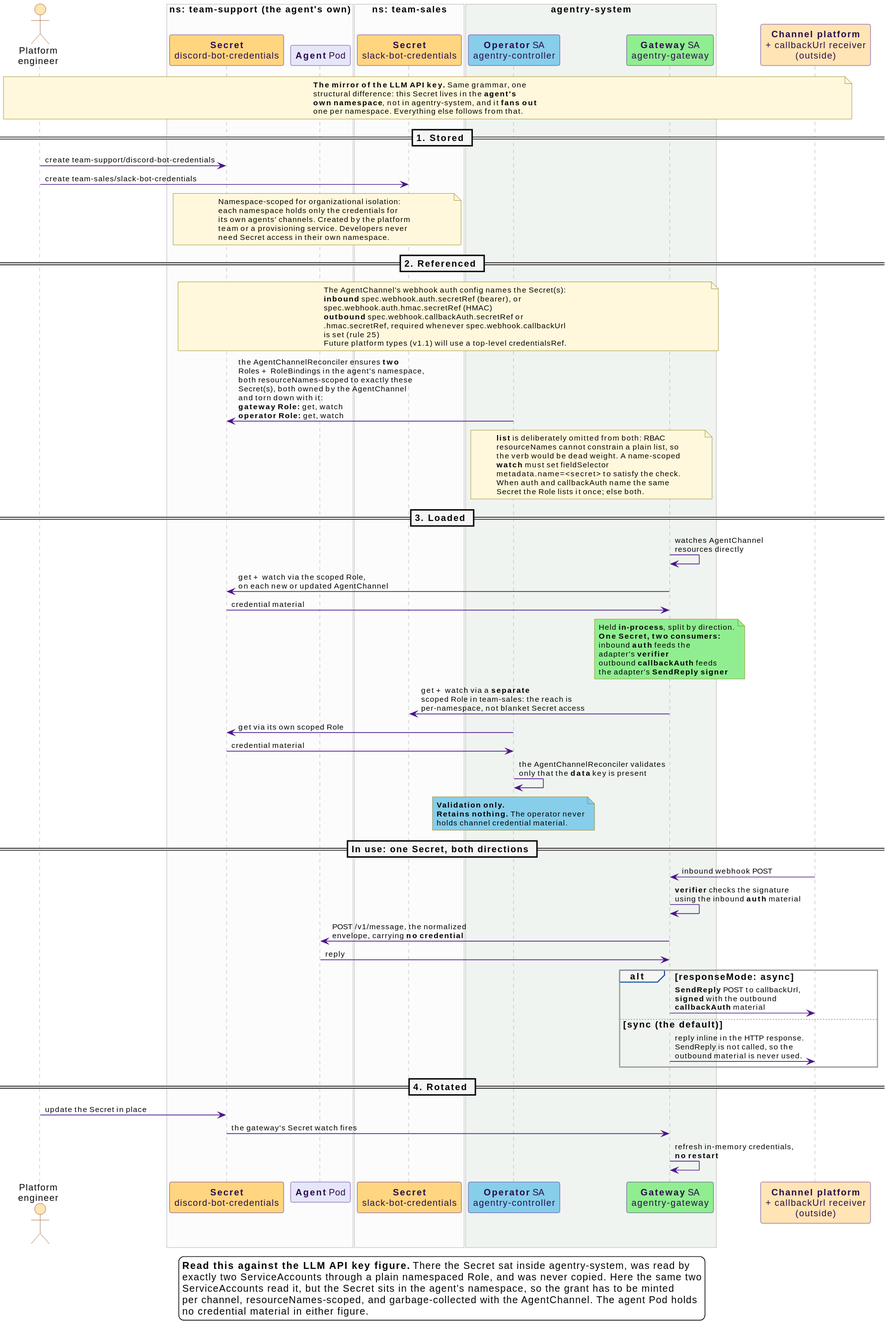
This is docs/src/diagrams/channel-credential-lifecycle.svg from win07xp/kaalm, a PlantUML export, as it was before one commit.
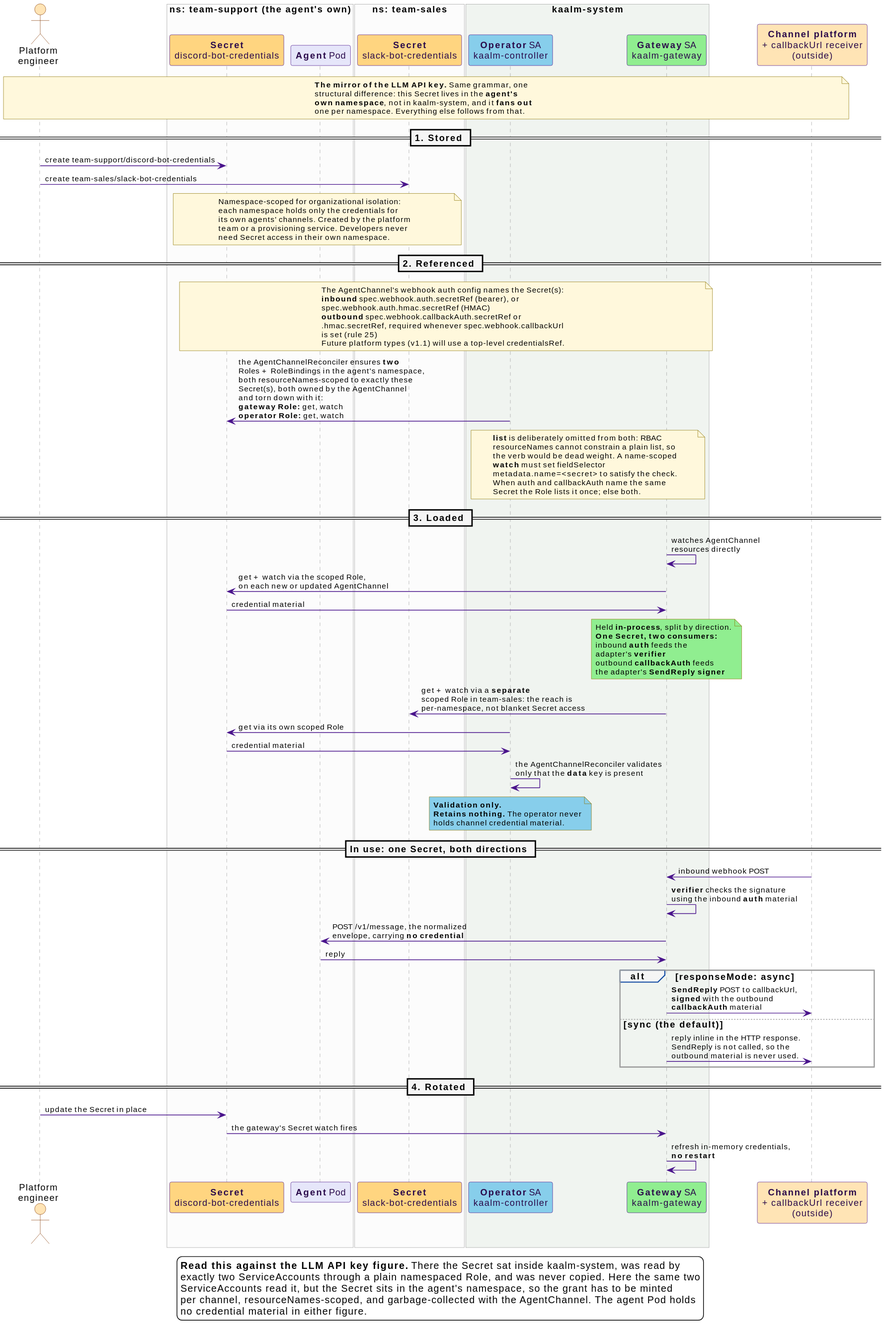
The same file after the commit.

The edit, as a diff of the source:
```diff
@@ -15,9 +15,9 @@
   participant "**Secret**\nslack-bot-credentials" as SEC2 #FFD580
 end box
 
-box "agentry-system" #F0F4F0
-  participant "**Operator** SA\nagentry-controller" as OP #87CEEB
-  participant "**Gateway** SA\nagentry-gateway" as GW #90EE90
+box "kaalm-system" #F0F4F0
+  participant "**Operator** SA\nkaalm-controller" as OP #87CEEB
+  participant "**Gateway** SA\nkaalm-gateway" as GW #90EE90
 end box
 
 participant "**Channel platform**\n+ callbackUrl receiver\n(outside)" as EXT #FFE4B5
@@ -25,7 +25,7 @@
 note over PE, EXT #FFF8DC
   **The mirror of the LLM API key.** Same grammar, one
   structural difference: this Secret lives in the **agent's**
-  **own namespace**, not in agentry-system, and it **fans out**
+  **own namespace**, not in kaalm-system, and it **fans out**
   one per namespace. Everything else follows from that.
 end note
 
@@ -107,7 +107,7 @@
 GW -> GW : refresh in-memory credentials,\n**no restart**
 
 legend bottom
-  **Read this against the LLM API key figure.** There the Secret sat inside agentry-system, was read by
+  **Read this against the LLM API key figure.** There the Secret sat inside kaalm-system, was read by
   exactly two ServiceAccounts through a plain namespaced Role, and was never copied. Here the same two
   ServiceAccounts read it, but the Secret sits in the agent's namespace, so the grant has to be minted
   per channel, resourceNames-scoped, and garbage-collected with the AgentChannel. The agent Pod holds
```
